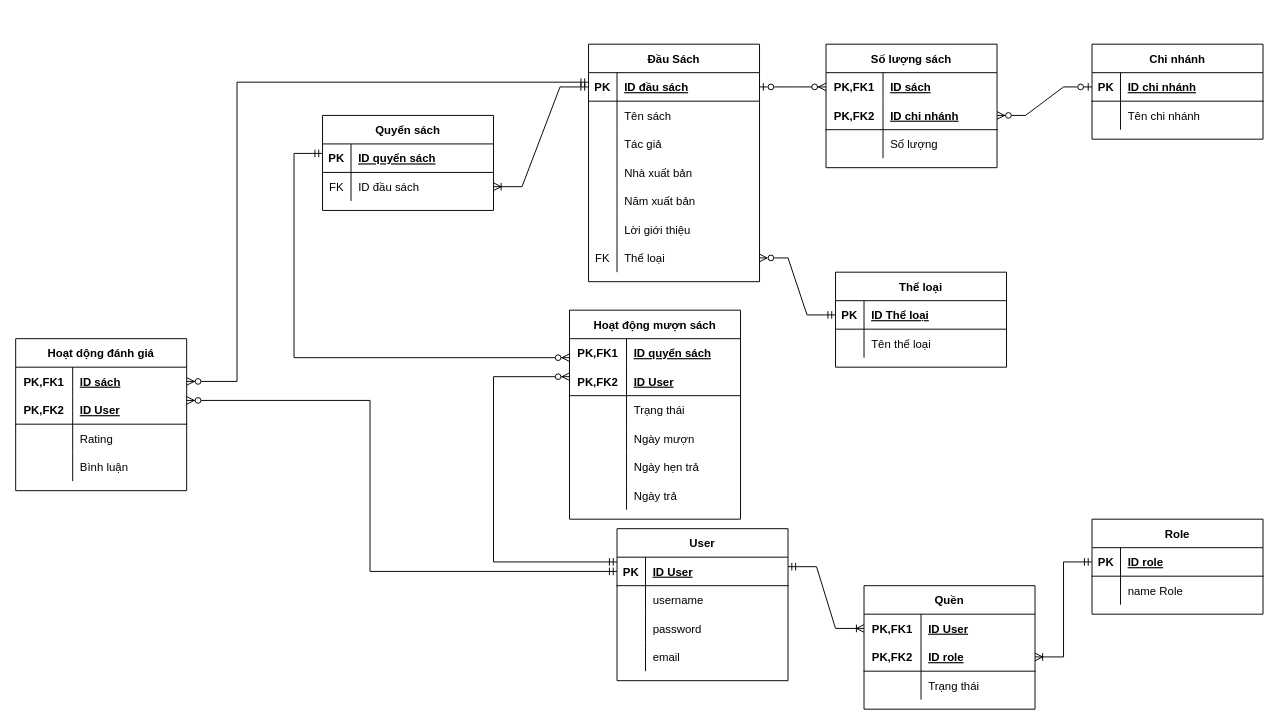
Above: database_library_g4/EntityDiagram.drawio in KIT2022G4/Project_Library_G4 (draw.io), before the change. Source tidied: cells renumbered, new cells numbered last; positions are measured from the earlier drawing's top-left corner, leaving out a move shared by most shapes. Both pictures are drawn from the tidied source at 95%, with x=0, y=0 at pixel (15, 44).
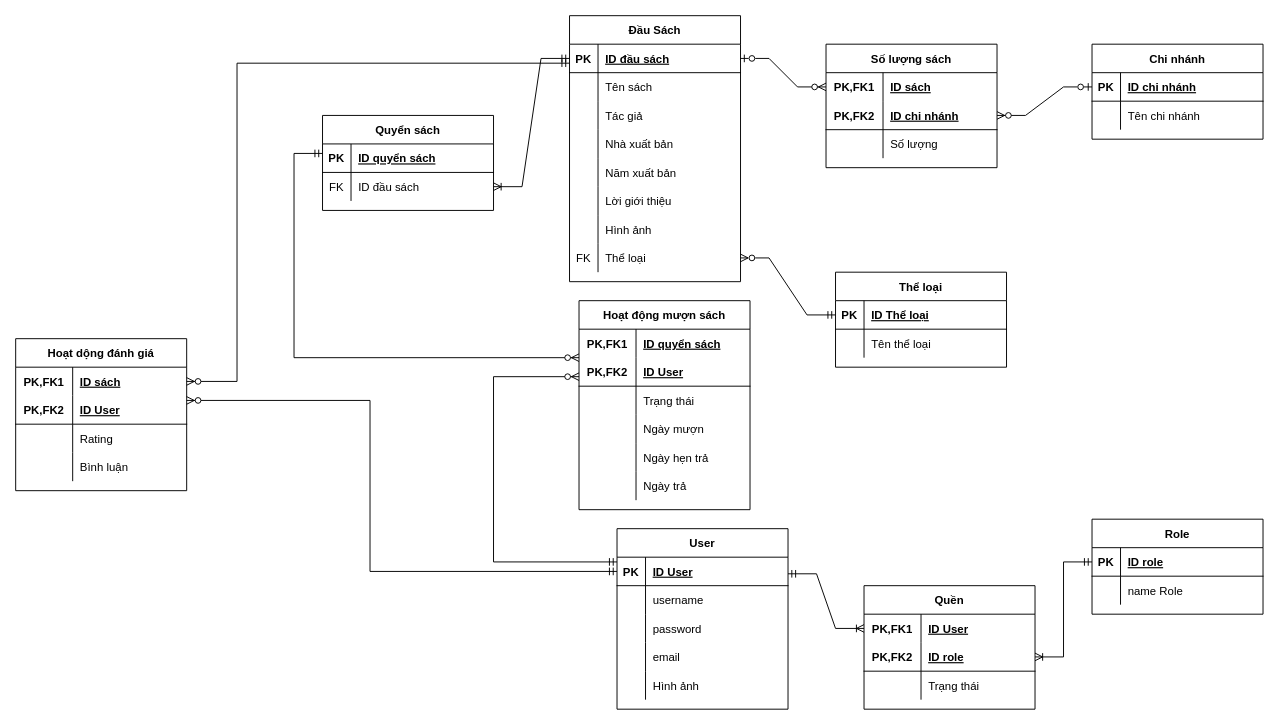
The same page after the edit.

Commit message:
Cập nhật EntityDiagram.drawio

Unchanged cells that the change refers to:
```xml
<mxCell id="3" style="shape=tableRow;horizontal=0;startSize=0;swimlaneHead=0;swimlaneBody=0;fillColor=none;points=[[0,0.5],[1,0.5]];portConstraint=eastwest;top=0;left=0;right=0;bottom=1;" parent="2" vertex="1">
  <mxGeometry y="30" width="180" height="30" as="geometry" />
</mxCell>
<mxCell id="103" style="shape=tableRow;horizontal=0;startSize=0;swimlaneHead=0;swimlaneBody=0;fillColor=none;points=[[0,0.5],[1,0.5]];portConstraint=eastwest;top=0;left=0;right=0;bottom=0;" parent="102" vertex="1">
  <mxGeometry y="30" width="180" height="30" as="geometry" />
</mxCell>
```

What changed in the source:
```diff
@@
     <mxCell id="2" value="Đầu Sách" style="shape=table;startSize=30;childLayout=tableLayout;rowLines=0;fontStyle=1;align=center;" parent="1" vertex="1">
-      <mxGeometry x="603" width="180" height="250" as="geometry" />
+      <mxGeometry x="583" y="-30" width="180" height="280" as="geometry" />
     </mxCell>
@@
+    <mxCell id="127" style="shape=tableRow;horizontal=0;startSize=0;swimlaneHead=0;swimlaneBody=0;fillColor=none;top=0;left=0;right=0;bottom=0;" parent="2" vertex="1">
+      <mxGeometry y="210" width="180" height="30" as="geometry" />
+    </mxCell>
+    <mxCell id="128" style="shape=partialRectangle;fillColor=none;top=0;left=0;bottom=0;right=0;overflow=hidden;" parent="127" vertex="1">
+      <mxGeometry width="30" height="30" as="geometry" />
+    </mxCell>
+    <mxCell id="129" value="Hình ảnh" style="shape=partialRectangle;fillColor=none;top=0;left=0;bottom=0;right=0;align=left;spacingLeft=6;overflow=hidden;" parent="127" vertex="1">
+      <mxGeometry x="30" width="150" height="30" as="geometry" />
+    </mxCell>
     <mxCell id="21" style="shape=tableRow;horizontal=0;startSize=0;swimlaneHead=0;swimlaneBody=0;fillColor=none;points=[[0,0.5],[1,0.5]];portConstraint=eastwest;top=0;left=0;right=0;bottom=0;" parent="2" vertex="1">
-      <mxGeometry y="210" width="180" height="30" as="geometry" />
+      <mxGeometry y="240" width="180" height="30" as="geometry" />
     </mxCell>
@@
     <mxCell id="43" value="User" style="shape=table;startSize=30;childLayout=tableLayout;rowLines=0;fontStyle=1;align=center;" parent="1" vertex="1">
-      <mxGeometry x="633" y="510" width="180" height="160" as="geometry" />
+      <mxGeometry x="633" y="510" width="180" height="190" as="geometry" />
     </mxCell>
@@
+    <mxCell id="130" style="shape=tableRow;horizontal=0;startSize=0;swimlaneHead=0;swimlaneBody=0;fillColor=none;top=0;left=0;right=0;bottom=0;" parent="43" vertex="1">
+      <mxGeometry y="150" width="180" height="30" as="geometry" />
+    </mxCell>
+    <mxCell id="131" style="shape=partialRectangle;fillColor=none;top=0;left=0;bottom=0;right=0;overflow=hidden;" parent="130" vertex="1">
+      <mxGeometry width="30" height="30" as="geometry" />
+    </mxCell>
+    <mxCell id="132" value="Hình ảnh" style="shape=partialRectangle;fillColor=none;top=0;left=0;bottom=0;right=0;align=left;spacingLeft=6;overflow=hidden;" parent="130" vertex="1">
+      <mxGeometry x="30" width="150" height="30" as="geometry" />
+    </mxCell>
@@
     <mxCell id="65" value="Hoạt động mượn sách" style="shape=table;startSize=30;childLayout=tableLayout;rowLines=0;fontStyle=1;align=center;" parent="1" vertex="1">
-      <mxGeometry x="583" y="280" width="180" height="220" as="geometry" />
+      <mxGeometry x="593" y="270" width="180" height="220" as="geometry" />
     </mxCell>
@@
     <mxCell id="116" style="edgeStyle=orthogonalEdgeStyle;fontSize=12;html=1;endArrow=ERzeroToMany;startArrow=ERmandOne;rounded=0;startFill=0;entryX=1;entryY=0.5;entryDx=0;entryDy=0;" parent="1" edge="1" source="3" target="103">
       <mxGeometry relative="1" as="geometry">
         <Array as="points">
-          <mxPoint x="233" y="40" />
+          <mxPoint x="233" y="20" />
           <mxPoint x="233" y="355" />
         </Array>
       </mxGeometry>
     </mxCell>
```
